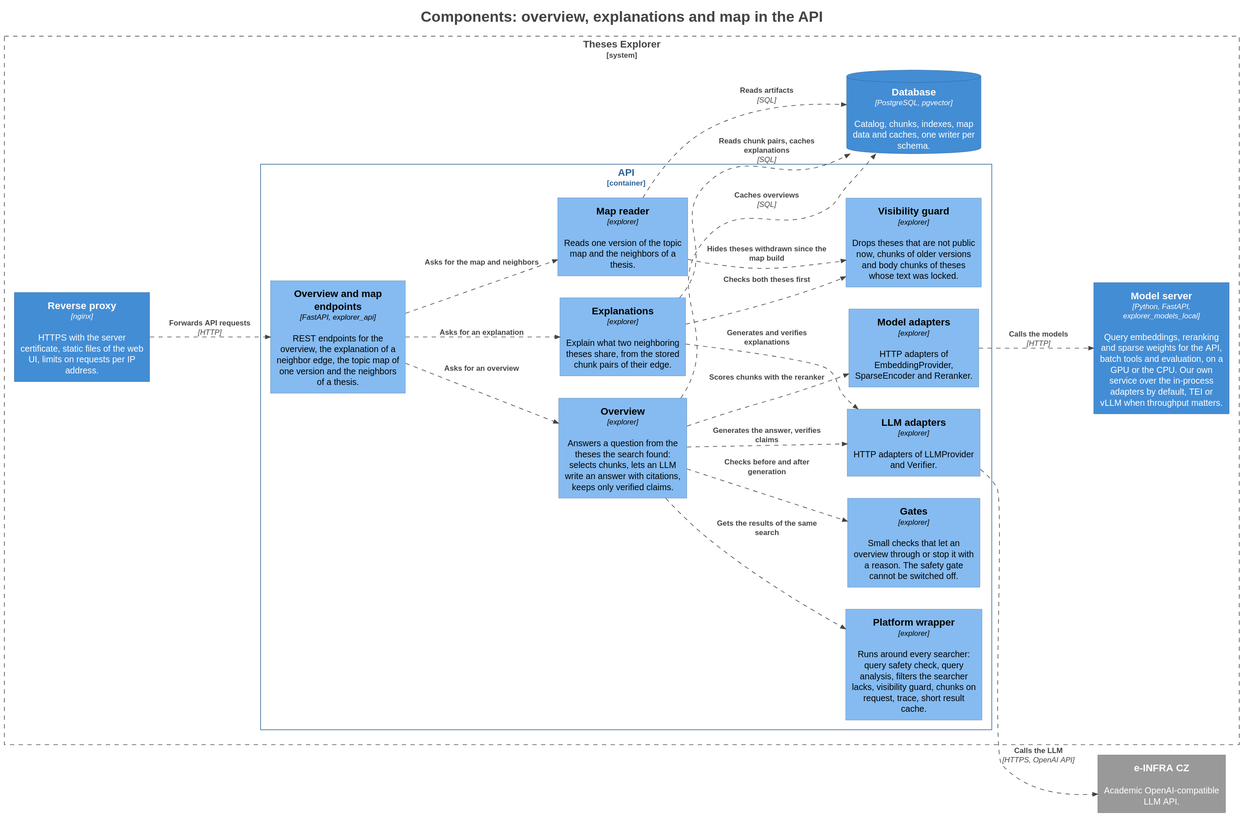
Before: docs/diagrams/components-overview.svg, a diagram exported from PlantUML (dracekmartin/cuni-theses-explorer).
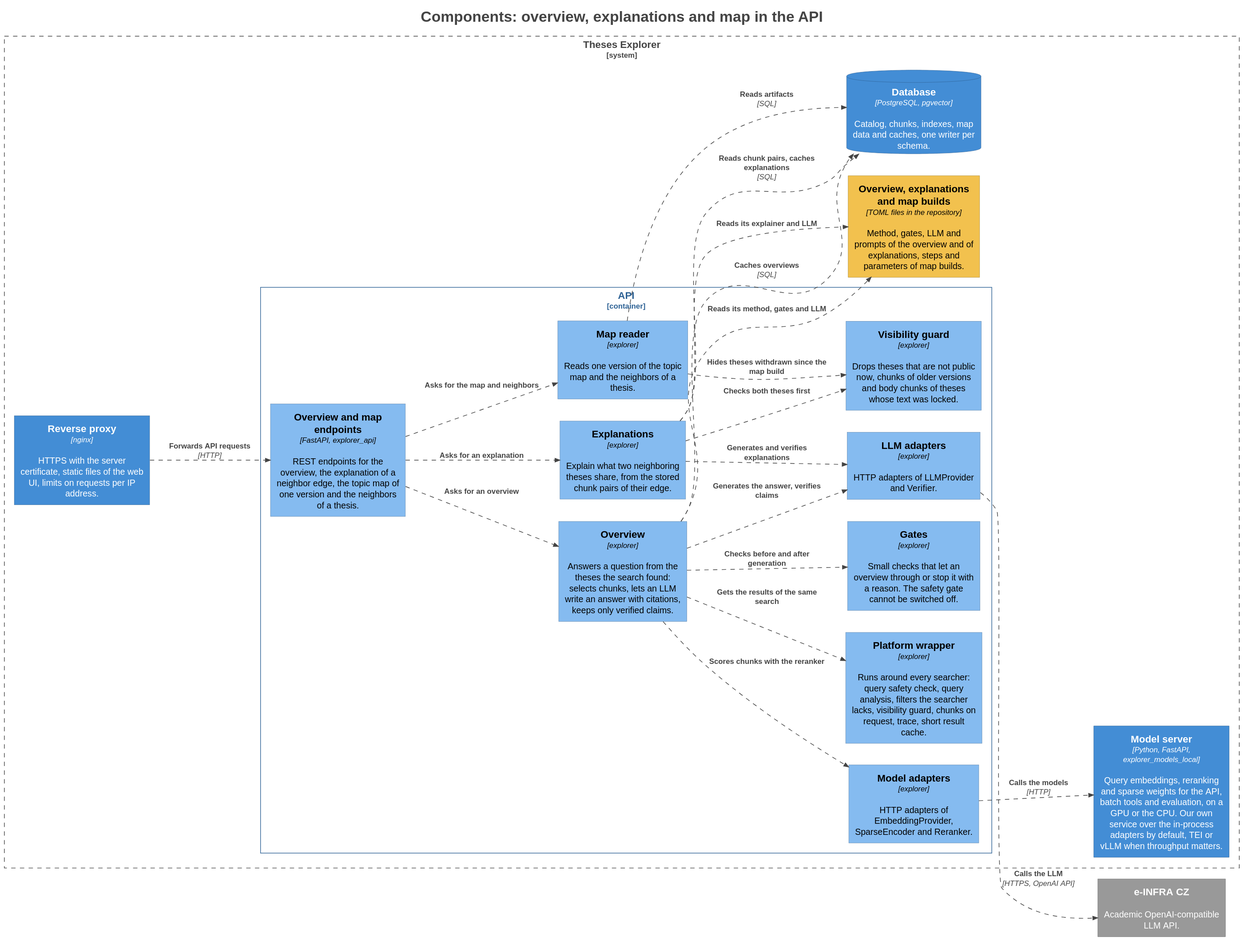
After the commit.

Commit message:
docs: configuration in the C4 views

Change to the diagram source:
```diff
@@ -16,19 +16,20 @@
 !include <C4/C4_Container>
 !include <C4/C4_Component>
 
+AddElementTag("Configuration", $bgColor="#f2c14e", $borderColor="#a98736", $fontColor="#000000", $sprite="", $shadowing="", $borderStyle="solid")
+AddElementTag("Element", $bgColor="#438dd5", $borderColor="#2e6295", $fontColor="#ffffff", $sprite="", $shadowing="", $borderStyle="solid")
 AddElementTag("Component", $bgColor="#85bbf0", $borderColor="#5d82a8", $fontColor="#000000", $sprite="", $shadowing="", $borderStyle="solid")
-AddElementTag("Container,Database", $bgColor="#438dd5", $borderColor="#2e6295", $fontColor="#ffffff", $sprite="", $shadowing="", $borderStyle="solid")
-AddElementTag("Container", $bgColor="#438dd5", $borderColor="#2e6295", $fontColor="#ffffff", $sprite="", $shadowing="", $borderStyle="solid")
 AddElementTag("Software System,External", $bgColor="#999999", $borderColor="#6b6b6b", $fontColor="#ffffff", $sprite="", $shadowing="", $borderStyle="solid")
+AddElementTag("Database", $bgColor="#438dd5", $borderColor="#2e6295", $fontColor="#ffffff", $sprite="", $shadowing="", $borderStyle="solid")
 
 AddRelTag("Relationship", $textColor="#444444", $lineColor="#444444", $lineStyle = DashedLine())
 
-AddBoundaryTag("Container", $bgColor="#ffffff", $borderColor="#2e6295", $fontColor="#2e6295", $shadowing="", $borderStyle="solid")
+AddBoundaryTag("Element", $bgColor="#ffffff", $borderColor="#2e6295", $fontColor="#2e6295", $shadowing="", $borderStyle="solid")
 
 System(eINFRACZ, "e-INFRA CZ", $descr="Academic OpenAI-compatible LLM API.", $tags="Software System,External", $link="")
 
 System_Boundary("ThesesExplorer_boundary", "Theses Explorer", $tags="Software System") {
-  Container_Boundary("ThesesExplorer.API_boundary", "API", $tags="Container") {
+  Container_Boundary("ThesesExplorer.API_boundary", "API", $tags="Element") {
     Component(ThesesExplorer.API.Platformwrapper, "Platform wrapper", $techn="explorer", $descr="Runs around every searcher: query safety check, query analysis, filters the searcher lacks, visibility guard, chunks on request, trace, short result cache.", $tags="Component", $link="")
     Component(ThesesExplorer.API.Visibilityguard, "Visibility guard", $techn="explorer", $descr="Drops theses that are not public now, chunks of older versions and body chunks of theses whose text was locked.", $tags="Component", $link="")
     Component(ThesesExplorer.API.Modeladapters, "Model adapters", $techn="explorer", $descr="HTTP adapters of EmbeddingProvider, SparseEncoder and Reranker.", $tags="Component", $link="")
@@ -40,27 +41,30 @@
     Component(ThesesExplorer.API.LLMadapters, "LLM adapters", $techn="explorer", $descr="HTTP adapters of LLMProvider and Verifier.", $tags="Component", $link="")
   }
 
-  Container(ThesesExplorer.Modelserver, "Model server", $techn="Python, FastAPI, explorer_models_local", $descr="Query embeddings, reranking and sparse weights for the API, batch tools and evaluation, on a GPU or the CPU. Our own service over the in-process adapters by default, TEI or vLLM when throughput matters.", $tags="Container", $link="")
-  ContainerDb(ThesesExplorer.Database, "Database", $techn="PostgreSQL, pgvector", $descr="Catalog, chunks, indexes, map data and caches, one writer per schema.", $tags="Container,Database", $link="")
-  Container(ThesesExplorer.Reverseproxy, "Reverse proxy", $techn="nginx", $descr="HTTPS with the server certificate, static files of the web UI, limits on requests per IP address.", $tags="Container", $link="")
+  Container(ThesesExplorer.Modelserver, "Model server", $techn="Python, FastAPI, explorer_models_local", $descr="Query embeddings, reranking and sparse weights for the API, batch tools and evaluation, on a GPU or the CPU. Our own service over the in-process adapters by default, TEI or vLLM when throughput matters.", $tags="Element", $link="")
+  ContainerDb(ThesesExplorer.Database, "Database", $techn="PostgreSQL, pgvector", $descr="Catalog, chunks, indexes, map data and caches, one writer per schema.", $tags="Database", $link="")
+  Container(ThesesExplorer.Overviewexplanationsandmapbuilds, "Overview, explanations and map builds", $techn="TOML files in the repository", $descr="Method, gates, LLM and prompts of the overview and of explanations, steps and parameters of map builds.", $tags="Configuration", $link="")
+  Container(ThesesExplorer.Reverseproxy, "Reverse proxy", $techn="nginx", $descr="HTTPS with the server certificate, static files of the web UI, limits on requests per IP address.", $tags="Element", $link="")
 }
 
+Rel(ThesesExplorer.API.Modeladapters, ThesesExplorer.Modelserver, "Calls the models", $techn="HTTP", $tags="Relationship", $link="")
+Rel(ThesesExplorer.Reverseproxy, ThesesExplorer.API.Overviewandmapendpoints, "Forwards API requests", $techn="HTTP", $tags="Relationship", $link="")
+Rel(ThesesExplorer.API.Overviewandmapendpoints, ThesesExplorer.API.Overview, "Asks for an overview", $techn="", $tags="Relationship", $link="")
+Rel(ThesesExplorer.API.Overviewandmapendpoints, ThesesExplorer.API.Explanations, "Asks for an explanation", $techn="", $tags="Relationship", $link="")
 Rel(ThesesExplorer.API.Overviewandmapendpoints, ThesesExplorer.API.Mapreader, "Asks for the map and neighbors", $techn="", $tags="Relationship", $link="")
 Rel(ThesesExplorer.API.Overview, ThesesExplorer.API.Platformwrapper, "Gets the results of the same search", $techn="", $tags="Relationship", $link="")
 Rel(ThesesExplorer.API.Overview, ThesesExplorer.API.Gates, "Checks before and after generation", $techn="", $tags="Relationship", $link="")
 Rel(ThesesExplorer.API.Overview, ThesesExplorer.API.Modeladapters, "Scores chunks with the reranker", $techn="", $tags="Relationship", $link="")
 Rel(ThesesExplorer.API.Overview, ThesesExplorer.API.LLMadapters, "Generates the answer, verifies claims", $techn="", $tags="Relationship", $link="")
 Rel(ThesesExplorer.API.Overview, ThesesExplorer.Database, "Caches overviews", $techn="SQL", $tags="Relationship", $link="")
+Rel(ThesesExplorer.API.Overview, ThesesExplorer.Overviewexplanationsandmapbuilds, "Reads its method, gates and LLM", $techn="", $tags="Relationship", $link="")
+Rel(ThesesExplorer.API.Explanations, ThesesExplorer.Overviewexplanationsandmapbuilds, "Reads its explainer and LLM", $techn="", $tags="Relationship", $link="")
 Rel(ThesesExplorer.API.Explanations, ThesesExplorer.API.LLMadapters, "Generates and verifies explanations", $techn="", $tags="Relationship", $link="")
 Rel(ThesesExplorer.API.Explanations, ThesesExplorer.Database, "Reads chunk pairs, caches explanations", $techn="SQL", $tags="Relationship", $link="")
 Rel(ThesesExplorer.API.Mapreader, ThesesExplorer.Database, "Reads artifacts", $techn="SQL", $tags="Relationship", $link="")
 Rel(ThesesExplorer.API.Mapreader, ThesesExplorer.API.Visibilityguard, "Hides theses withdrawn since the map build", $techn="", $tags="Relationship", $link="")
 Rel(ThesesExplorer.API.Explanations, ThesesExplorer.API.Visibilityguard, "Checks both theses first", $techn="", $tags="Relationship", $link="")
 Rel(ThesesExplorer.API.LLMadapters, eINFRACZ, "Calls the LLM", $techn="HTTPS, OpenAI API", $tags="Relationship", $link="")
-Rel(ThesesExplorer.API.Modeladapters, ThesesExplorer.Modelserver, "Calls the models", $techn="HTTP", $tags="Relationship", $link="")
-Rel(ThesesExplorer.Reverseproxy, ThesesExplorer.API.Overviewandmapendpoints, "Forwards API requests", $techn="HTTP", $tags="Relationship", $link="")
-Rel(ThesesExplorer.API.Overviewandmapendpoints, ThesesExplorer.API.Overview, "Asks for an overview", $techn="", $tags="Relationship", $link="")
-Rel(ThesesExplorer.API.Overviewandmapendpoints, ThesesExplorer.API.Explanations, "Asks for an explanation", $techn="", $tags="Relationship", $link="")
 
 hide stereotypes
 @enduml
```
